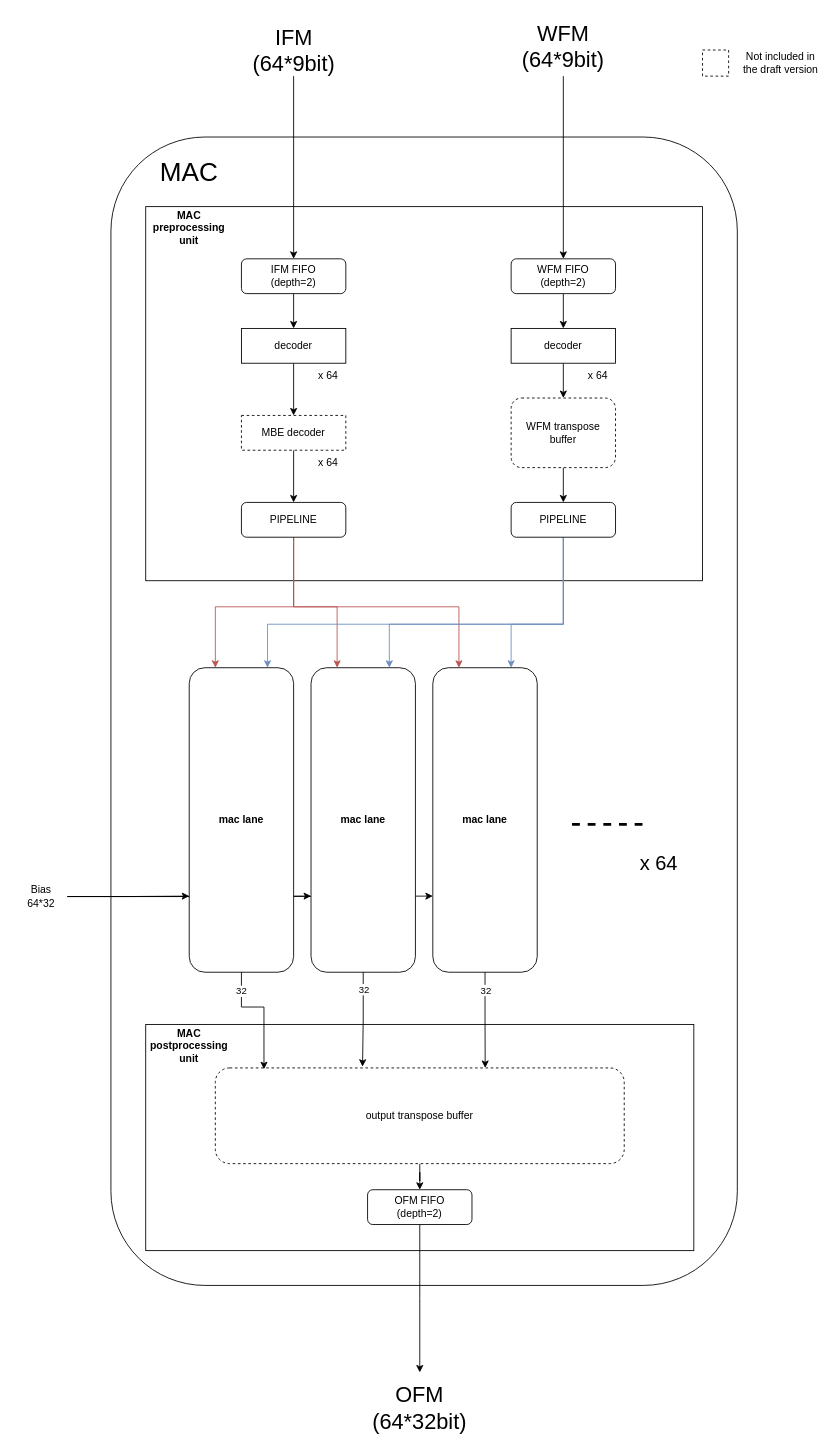
This is page "TOP" (1 of 7) of npu_v2/diagram/MAC.drawio from thousrm/universal_NPU-CNN_accelerator, a draw.io file, before an edit. Source tidied: cells renumbered, new cells numbered last; positions are measured from the earlier drawing's top-left corner, leaving out a move shared by most shapes. Both pictures are drawn from the tidied source at 87%, with x=0, y=0 at pixel (15, 15).
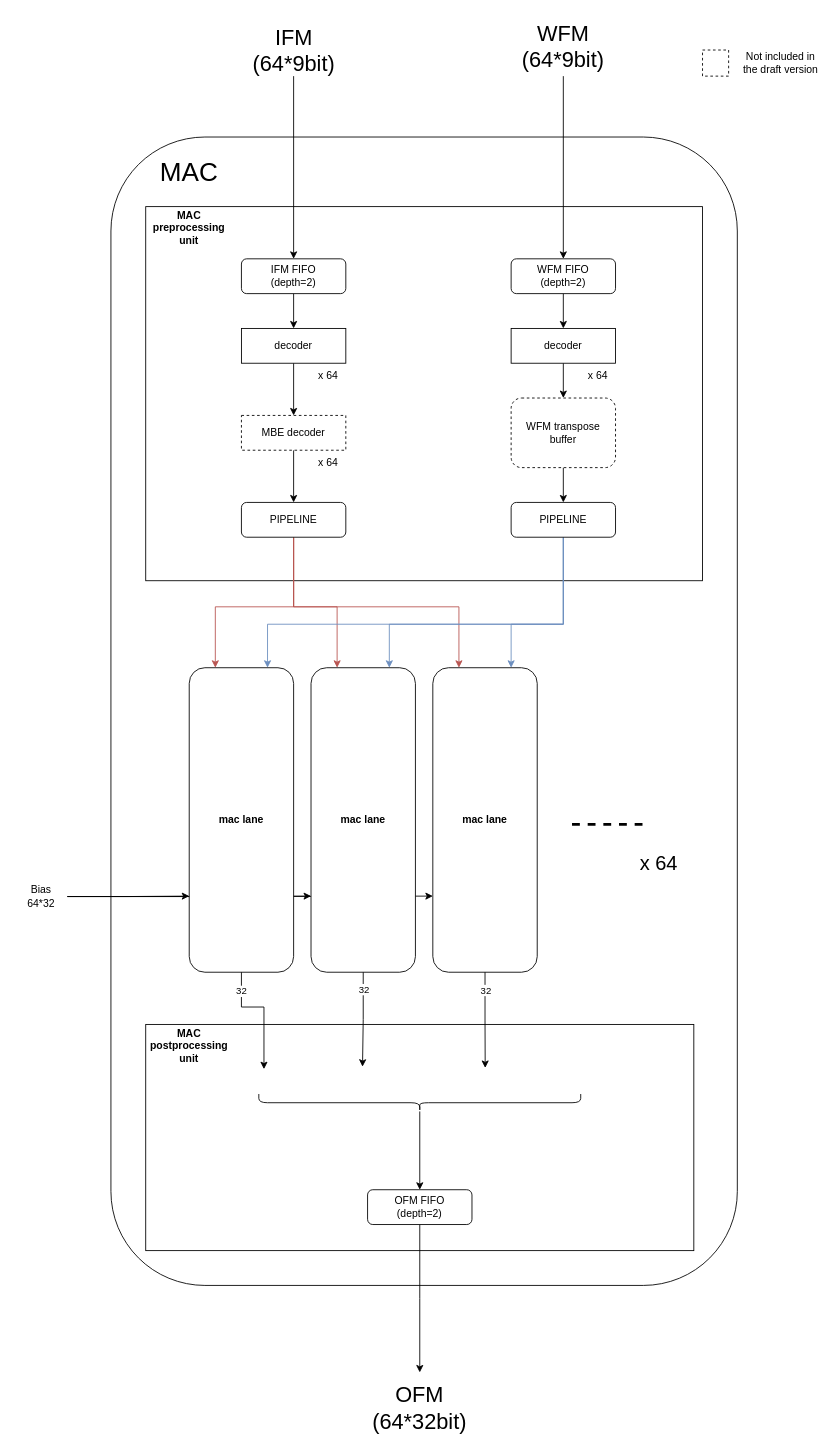
The same diagram, later.

Unchanged cells that the change refers to:
```xml
<mxCell id="35" value="mac lane" style="rounded=1;whiteSpace=wrap;html=1;fontStyle=1;" parent="1" vertex="1">
  <mxGeometry x="200" y="750" width="120" height="350" as="geometry" />
</mxCell>
<mxCell id="36" value="mac lane" style="rounded=1;whiteSpace=wrap;html=1;fontStyle=1;" parent="1" vertex="1">
  <mxGeometry x="340" y="750" width="120" height="350" as="geometry" />
</mxCell>
<mxCell id="37" value="mac lane" style="rounded=1;whiteSpace=wrap;html=1;fontStyle=1;" parent="1" vertex="1">
  <mxGeometry x="480" y="750" width="120" height="350" as="geometry" />
</mxCell>
<mxCell id="45" value="OFM FIFO&lt;br&gt;(depth=2)" style="rounded=1;whiteSpace=wrap;html=1;" parent="1" vertex="1">
  <mxGeometry x="405" y="1350" width="120" height="40" as="geometry" />
</mxCell>
```

The edit, as a diff of the source:
```diff
@@
-    <mxCell id="40" style="edgeStyle=orthogonalEdgeStyle;rounded=0;jettySize=auto;html=1;entryX=0.5;entryY=0;entryDx=0;entryDy=0;" parent="1" edge="1" source="41" target="45">
-      <mxGeometry relative="1" as="geometry" />
-    </mxCell>
-    <mxCell id="41" value="output transpose buffer" style="rounded=1;whiteSpace=wrap;html=1;dashed=1;" parent="1" vertex="1">
-      <mxGeometry x="230" y="1210" width="470" height="110" as="geometry" />
-    </mxCell>
@@
-    <mxCell id="46" style="edgeStyle=orthogonalEdgeStyle;rounded=0;jettySize=auto;html=1;entryX=0.66;entryY=0;entryDx=0;entryDy=0;entryPerimeter=0;" parent="1" edge="1" source="37" target="41">
-      <mxGeometry relative="1" as="geometry" />
+    <mxCell id="46" style="edgeStyle=orthogonalEdgeStyle;rounded=0;jettySize=auto;html=1;entryX=0.66;entryY=0;entryDx=0;entryDy=0;entryPerimeter=0;" parent="1" edge="1" source="37">
+      <mxGeometry relative="1" as="geometry">
+        <mxPoint x="540.2" y="1210" as="targetPoint" />
+      </mxGeometry>
     </mxCell>
@@
-    <mxCell id="48" style="edgeStyle=orthogonalEdgeStyle;rounded=0;jettySize=auto;html=1;entryX=0.119;entryY=0.013;entryDx=0;entryDy=0;entryPerimeter=0;" parent="1" edge="1" source="35" target="41">
+    <mxCell id="48" style="edgeStyle=orthogonalEdgeStyle;rounded=0;jettySize=auto;html=1;entryX=0.119;entryY=0.013;entryDx=0;entryDy=0;entryPerimeter=0;" parent="1" edge="1" source="35">
       <mxGeometry relative="1" as="geometry">
+        <mxPoint x="285.9" y="1211.4" as="targetPoint" />
         <Array as="points">
           <mxPoint x="260" y="1140" />
           <mxPoint x="286" y="1140" />
         </Array>
       </mxGeometry>
     </mxCell>
@@
-    <mxCell id="50" style="edgeStyle=orthogonalEdgeStyle;rounded=0;jettySize=auto;html=1;entryX=0.36;entryY=-0.013;entryDx=0;entryDy=0;entryPerimeter=0;" parent="1" edge="1" source="36" target="41">
-      <mxGeometry relative="1" as="geometry" />
+    <mxCell id="50" style="edgeStyle=orthogonalEdgeStyle;rounded=0;jettySize=auto;html=1;entryX=0.36;entryY=-0.013;entryDx=0;entryDy=0;entryPerimeter=0;" parent="1" edge="1" source="36">
+      <mxGeometry relative="1" as="geometry">
+        <mxPoint x="399.2" y="1208.6" as="targetPoint" />
+      </mxGeometry>
     </mxCell>
@@
+    <mxCell id="57" style="edgeStyle=orthogonalEdgeStyle;rounded=0;jettySize=auto;html=1;entryX=0.5;entryY=0;entryDx=0;entryDy=0;" parent="1" edge="1" source="58" target="45">
+      <mxGeometry relative="1" as="geometry" />
+    </mxCell>
+    <mxCell id="58" style="shape=curlyBracket;whiteSpace=wrap;html=1;rounded=1;labelPosition=left;verticalLabelPosition=middle;align=right;verticalAlign=middle;rotation=-90;" parent="1" vertex="1">
+      <mxGeometry x="455" y="1065" width="20" height="370" as="geometry" />
+    </mxCell>
```
